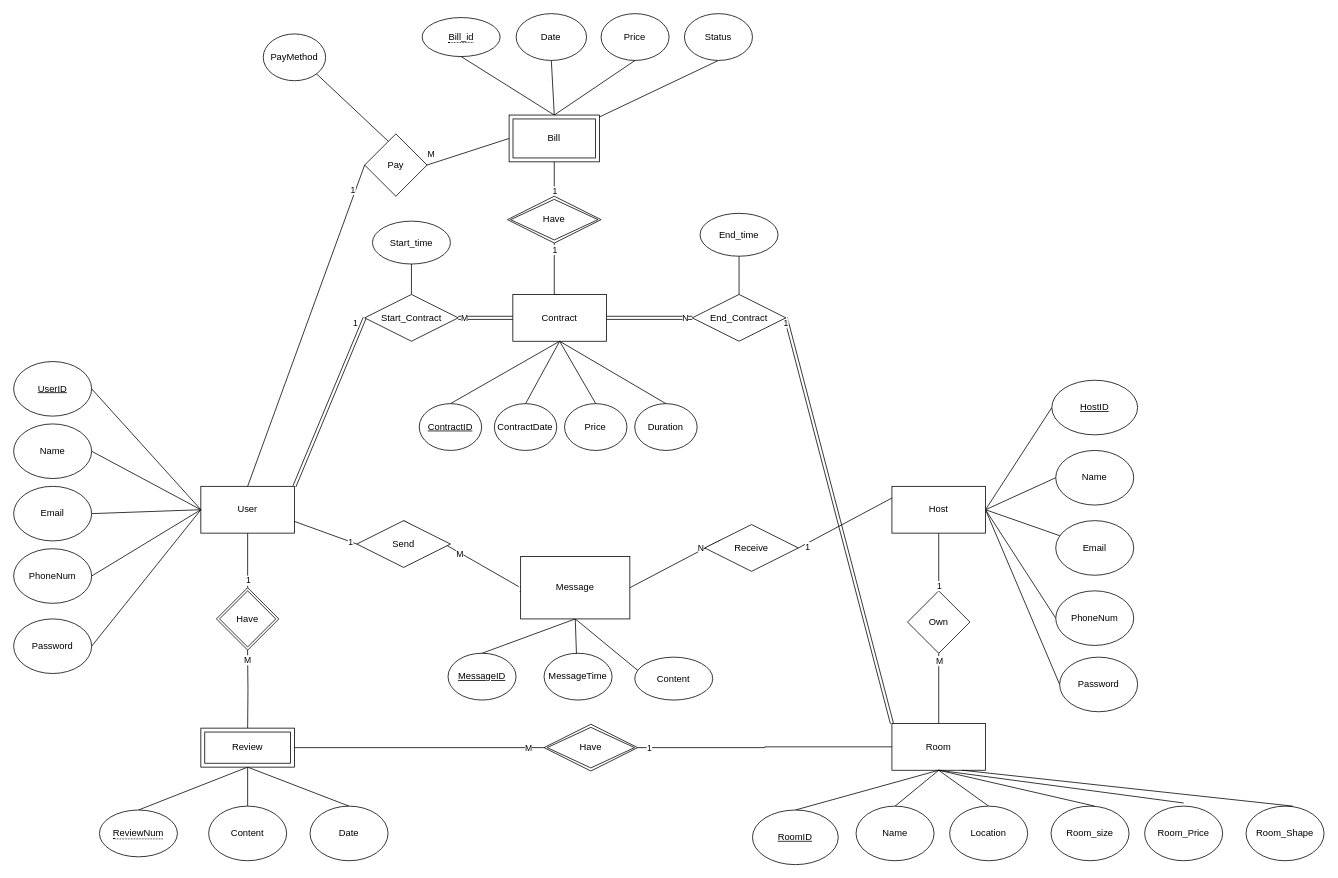
This is page "ERD" (1 of 3) of test.drawio from NKIWI0310/Database_TermProject, a draw.io file, before an edit. Source tidied: cells renumbered, new cells numbered last; positions are measured from the earlier drawing's top-left corner, leaving out a move shared by most shapes. Both pictures are drawn from the tidied source at 78%, with x=0, y=0 at pixel (13, 13).
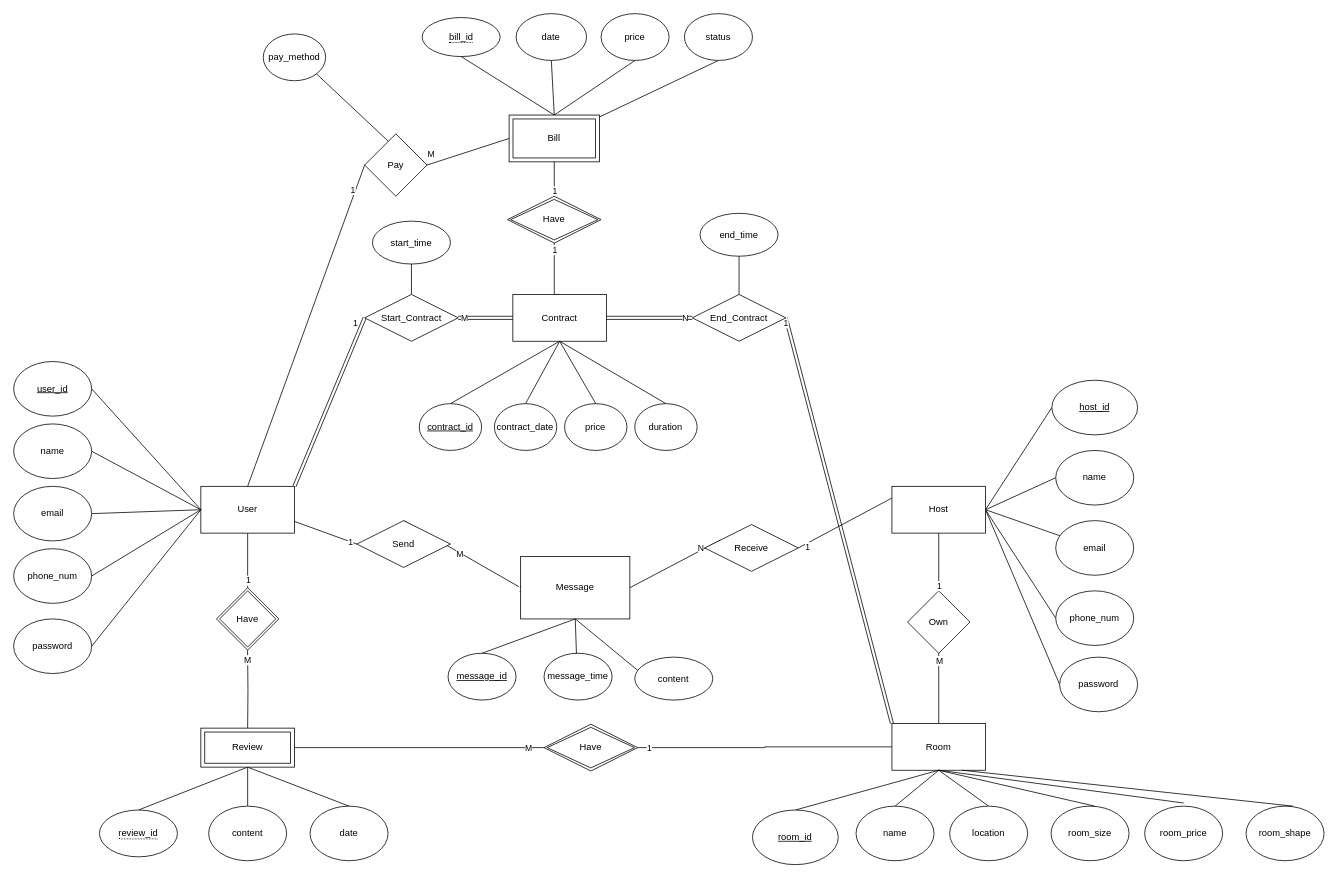
The same page after the edit.

Diff of the diagram source:
```diff
@@
-    <mxCell id="11" value="&lt;u&gt;UserID&lt;/u&gt;" style="ellipse;whiteSpace=wrap;html=1;" parent="1" vertex="1">
+    <mxCell id="11" value="&lt;u&gt;user_id&lt;/u&gt;" style="ellipse;whiteSpace=wrap;html=1;" parent="1" vertex="1">
       <mxGeometry y="446" width="100" height="70" as="geometry" />
     </mxCell>
@@
-    <mxCell id="13" value="Name" style="ellipse;whiteSpace=wrap;html=1;" parent="1" vertex="1">
+    <mxCell id="13" value="name" style="ellipse;whiteSpace=wrap;html=1;" parent="1" vertex="1">
       <mxGeometry y="526" width="100" height="70" as="geometry" />
     </mxCell>
@@
-    <mxCell id="15" value="Email" style="ellipse;whiteSpace=wrap;html=1;" parent="1" vertex="1">
+    <mxCell id="15" value="email" style="ellipse;whiteSpace=wrap;html=1;" parent="1" vertex="1">
       <mxGeometry y="606" width="100" height="70" as="geometry" />
     </mxCell>
@@
-    <mxCell id="17" value="PhoneNum" style="ellipse;whiteSpace=wrap;html=1;" parent="1" vertex="1">
+    <mxCell id="17" value="phone_num" style="ellipse;whiteSpace=wrap;html=1;" parent="1" vertex="1">
       <mxGeometry y="686" width="100" height="70" as="geometry" />
     </mxCell>
@@
-    <mxCell id="35" value="Content" style="ellipse;whiteSpace=wrap;html=1;" parent="1" vertex="1">
+    <mxCell id="35" value="content" style="ellipse;whiteSpace=wrap;html=1;" parent="1" vertex="1">
       <mxGeometry x="250" y="1016" width="100" height="70" as="geometry" />
     </mxCell>
@@
-    <mxCell id="37" value="Date" style="ellipse;whiteSpace=wrap;html=1;" parent="1" vertex="1">
+    <mxCell id="37" value="date" style="ellipse;whiteSpace=wrap;html=1;" parent="1" vertex="1">
       <mxGeometry x="380" y="1016" width="100" height="70" as="geometry" />
     </mxCell>
@@
-    <mxCell id="46" value="Date" style="ellipse;whiteSpace=wrap;html=1;" parent="1" vertex="1">
+    <mxCell id="46" value="date" style="ellipse;whiteSpace=wrap;html=1;" parent="1" vertex="1">
       <mxGeometry x="644.2" width="90.3" height="60" as="geometry" />
     </mxCell>
-    <mxCell id="47" value="Price" style="ellipse;whiteSpace=wrap;html=1;" parent="1" vertex="1">
+    <mxCell id="47" value="price" style="ellipse;whiteSpace=wrap;html=1;" parent="1" vertex="1">
       <mxGeometry x="753.1" width="87.2" height="60" as="geometry" />
     </mxCell>
-    <mxCell id="48" value="&lt;u&gt;HostID&lt;/u&gt;" style="ellipse;whiteSpace=wrap;html=1;" parent="1" vertex="1">
+    <mxCell id="48" value="&lt;u&gt;host_id&lt;/u&gt;" style="ellipse;whiteSpace=wrap;html=1;" parent="1" vertex="1">
       <mxGeometry x="1331" y="470" width="110" height="70" as="geometry" />
     </mxCell>
-    <mxCell id="49" value="Name" style="ellipse;whiteSpace=wrap;html=1;" parent="1" vertex="1">
+    <mxCell id="49" value="name" style="ellipse;whiteSpace=wrap;html=1;" parent="1" vertex="1">
       <mxGeometry x="1336" y="560" width="100" height="70" as="geometry" />
     </mxCell>
-    <mxCell id="50" value="Email" style="ellipse;whiteSpace=wrap;html=1;" parent="1" vertex="1">
+    <mxCell id="50" value="email" style="ellipse;whiteSpace=wrap;html=1;" parent="1" vertex="1">
       <mxGeometry x="1336" y="650" width="100" height="70" as="geometry" />
     </mxCell>
-    <mxCell id="51" value="PhoneNum" style="ellipse;whiteSpace=wrap;html=1;" parent="1" vertex="1">
+    <mxCell id="51" value="phone_num" style="ellipse;whiteSpace=wrap;html=1;" parent="1" vertex="1">
       <mxGeometry x="1336" y="740" width="100" height="70" as="geometry" />
     </mxCell>
@@
-    <mxCell id="53" value="&lt;u&gt;RoomID&lt;/u&gt;" style="ellipse;whiteSpace=wrap;html=1;" parent="1" vertex="1">
+    <mxCell id="53" value="&lt;u&gt;room_id&lt;/u&gt;" style="ellipse;whiteSpace=wrap;html=1;" parent="1" vertex="1">
       <mxGeometry x="947.2" y="1021" width="110" height="70" as="geometry" />
     </mxCell>
@@
-    <mxCell id="55" value="ContractDate" style="ellipse;whiteSpace=wrap;html=1;" parent="1" vertex="1">
+    <mxCell id="55" value="contract_date" style="ellipse;whiteSpace=wrap;html=1;" parent="1" vertex="1">
       <mxGeometry x="616.3" y="500" width="80" height="60" as="geometry" />
     </mxCell>
@@
-    <mxCell id="57" value="Price" style="ellipse;whiteSpace=wrap;html=1;" parent="1" vertex="1">
+    <mxCell id="57" value="price" style="ellipse;whiteSpace=wrap;html=1;" parent="1" vertex="1">
       <mxGeometry x="706.3" y="500" width="80" height="60" as="geometry" />
     </mxCell>
@@
-    <mxCell id="59" value="Duration" style="ellipse;whiteSpace=wrap;html=1;" parent="1" vertex="1">
+    <mxCell id="59" value="duration" style="ellipse;whiteSpace=wrap;html=1;" parent="1" vertex="1">
       <mxGeometry x="796.3" y="500" width="80" height="60" as="geometry" />
     </mxCell>
@@
-    <mxCell id="61" value="Name" style="ellipse;whiteSpace=wrap;html=1;" parent="1" vertex="1">
+    <mxCell id="61" value="name" style="ellipse;whiteSpace=wrap;html=1;" parent="1" vertex="1">
       <mxGeometry x="1080" y="1016" width="100" height="70" as="geometry" />
     </mxCell>
@@
-    <mxCell id="63" value="Location" style="ellipse;whiteSpace=wrap;html=1;" parent="1" vertex="1">
+    <mxCell id="63" value="location" style="ellipse;whiteSpace=wrap;html=1;" parent="1" vertex="1">
       <mxGeometry x="1200" y="1016" width="100" height="70" as="geometry" />
     </mxCell>
@@
-    <mxCell id="69" value="MessageTime" style="ellipse;whiteSpace=wrap;html=1;" parent="1" vertex="1">
+    <mxCell id="69" value="message_time" style="ellipse;whiteSpace=wrap;html=1;" parent="1" vertex="1">
       <mxGeometry x="680" y="820" width="87.2" height="60" as="geometry" />
     </mxCell>
-    <mxCell id="70" value="Content" style="ellipse;whiteSpace=wrap;html=1;" parent="1" vertex="1">
+    <mxCell id="70" value="content" style="ellipse;whiteSpace=wrap;html=1;" parent="1" vertex="1">
       <mxGeometry x="796.3" y="825" width="100" height="55" as="geometry" />
     </mxCell>
@@
-    <mxCell id="95" value="&lt;span style=&quot;border-bottom: 1px dotted&quot;&gt;Bill_id&lt;/span&gt;" style="ellipse;whiteSpace=wrap;html=1;align=center;" parent="1" vertex="1">
+    <mxCell id="95" value="&lt;span style=&quot;border-bottom: 1px dotted&quot;&gt;bill_id&lt;/span&gt;" style="ellipse;whiteSpace=wrap;html=1;align=center;" parent="1" vertex="1">
       <mxGeometry x="523.7" y="5" width="100" height="50" as="geometry" />
     </mxCell>
-    <mxCell id="96" value="&lt;span style=&quot;border-bottom: 1px dotted&quot;&gt;ReviewNum&lt;/span&gt;" style="ellipse;whiteSpace=wrap;html=1;align=center;" parent="1" vertex="1">
+    <mxCell id="96" value="&lt;span style=&quot;border-bottom: 1px dotted&quot;&gt;review_id&lt;/span&gt;" style="ellipse;whiteSpace=wrap;html=1;align=center;" parent="1" vertex="1">
       <mxGeometry x="110" y="1021" width="100" height="60" as="geometry" />
     </mxCell>
-    <mxCell id="97" value="Start_time" style="ellipse;whiteSpace=wrap;html=1;" parent="1" vertex="1">
+    <mxCell id="97" value="start_time" style="ellipse;whiteSpace=wrap;html=1;" parent="1" vertex="1">
       <mxGeometry x="460" y="266" width="100" height="55" as="geometry" />
     </mxCell>
-    <mxCell id="98" value="End_time" style="ellipse;whiteSpace=wrap;html=1;" parent="1" vertex="1">
+    <mxCell id="98" value="end_time" style="ellipse;whiteSpace=wrap;html=1;" parent="1" vertex="1">
       <mxGeometry x="880" y="256" width="100" height="55" as="geometry" />
     </mxCell>
-    <mxCell id="99" value="&lt;u&gt;ContractID&lt;/u&gt;" style="ellipse;whiteSpace=wrap;html=1;" parent="1" vertex="1">
+    <mxCell id="99" value="&lt;u&gt;contract_id&lt;/u&gt;" style="ellipse;whiteSpace=wrap;html=1;" parent="1" vertex="1">
       <mxGeometry x="520" y="500" width="80" height="60" as="geometry" />
     </mxCell>
@@
-    <mxCell id="101" value="Status" style="ellipse;whiteSpace=wrap;html=1;" parent="1" vertex="1">
+    <mxCell id="101" value="status" style="ellipse;whiteSpace=wrap;html=1;" parent="1" vertex="1">
       <mxGeometry x="860" width="87.2" height="60" as="geometry" />
     </mxCell>
-    <mxCell id="102" value="PayMethod" style="ellipse;whiteSpace=wrap;html=1;" parent="1" vertex="1">
+    <mxCell id="102" value="pay_method" style="ellipse;whiteSpace=wrap;html=1;" parent="1" vertex="1">
       <mxGeometry x="320" y="26" width="80" height="60" as="geometry" />
     </mxCell>
@@
-    <mxCell id="111" value="&lt;u&gt;MessageID&lt;/u&gt;" style="ellipse;whiteSpace=wrap;html=1;" parent="1" vertex="1">
+    <mxCell id="111" value="&lt;u&gt;message_id&lt;/u&gt;" style="ellipse;whiteSpace=wrap;html=1;" parent="1" vertex="1">
       <mxGeometry x="556.9" y="820" width="87.2" height="60" as="geometry" />
     </mxCell>
@@
-    <mxCell id="113" value="Room_size" style="ellipse;whiteSpace=wrap;html=1;" parent="1" vertex="1">
+    <mxCell id="113" value="room_size" style="ellipse;whiteSpace=wrap;html=1;" parent="1" vertex="1">
       <mxGeometry x="1330" y="1016" width="100" height="70" as="geometry" />
     </mxCell>
-    <mxCell id="114" value="Room_Price" style="ellipse;whiteSpace=wrap;html=1;" parent="1" vertex="1">
+    <mxCell id="114" value="room_price" style="ellipse;whiteSpace=wrap;html=1;" parent="1" vertex="1">
       <mxGeometry x="1450" y="1016" width="100" height="70" as="geometry" />
     </mxCell>
@@
-    <mxCell id="116" value="Room_Shape" style="ellipse;whiteSpace=wrap;html=1;" parent="1" vertex="1">
+    <mxCell id="116" value="room_shape" style="ellipse;whiteSpace=wrap;html=1;" parent="1" vertex="1">
       <mxGeometry x="1580" y="1016" width="100" height="70" as="geometry" />
     </mxCell>
@@
-    <mxCell id="119" value="Password" style="ellipse;whiteSpace=wrap;html=1;" parent="1" vertex="1">
+    <mxCell id="119" value="password" style="ellipse;whiteSpace=wrap;html=1;" parent="1" vertex="1">
       <mxGeometry y="776" width="100" height="70" as="geometry" />
     </mxCell>
-    <mxCell id="120" value="Password" style="ellipse;whiteSpace=wrap;html=1;" parent="1" vertex="1">
+    <mxCell id="120" value="password" style="ellipse;whiteSpace=wrap;html=1;" parent="1" vertex="1">
       <mxGeometry x="1341" y="825" width="100" height="70" as="geometry" />
     </mxCell>
```
